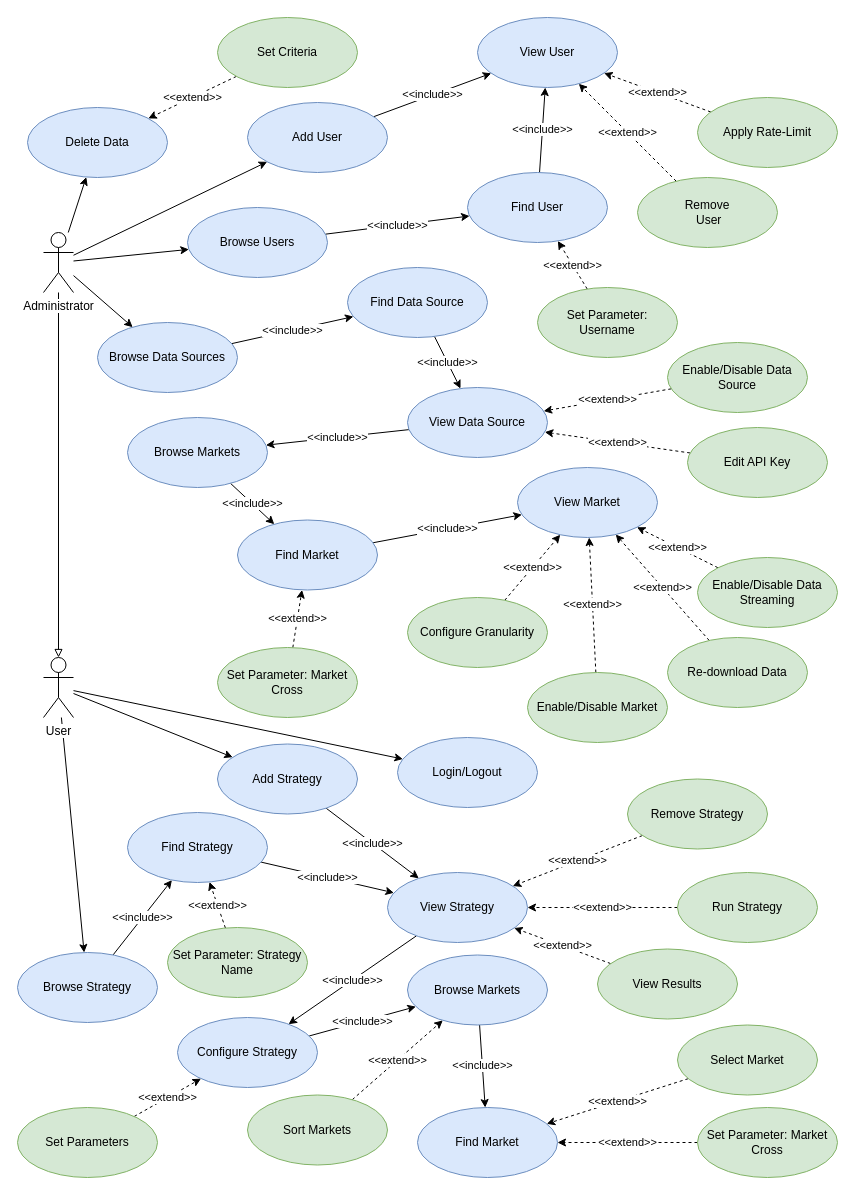
This is drawio/usecases.drawio from nferrante1/lsmsd2, a draw.io file, before an edit. Source tidied: cells renumbered, new cells numbered last; positions are measured from the earlier drawing's top-left corner, leaving out a move shared by most shapes. Both pictures are drawn from the tidied source at 100%, with x=0, y=0 at pixel (17, 17).
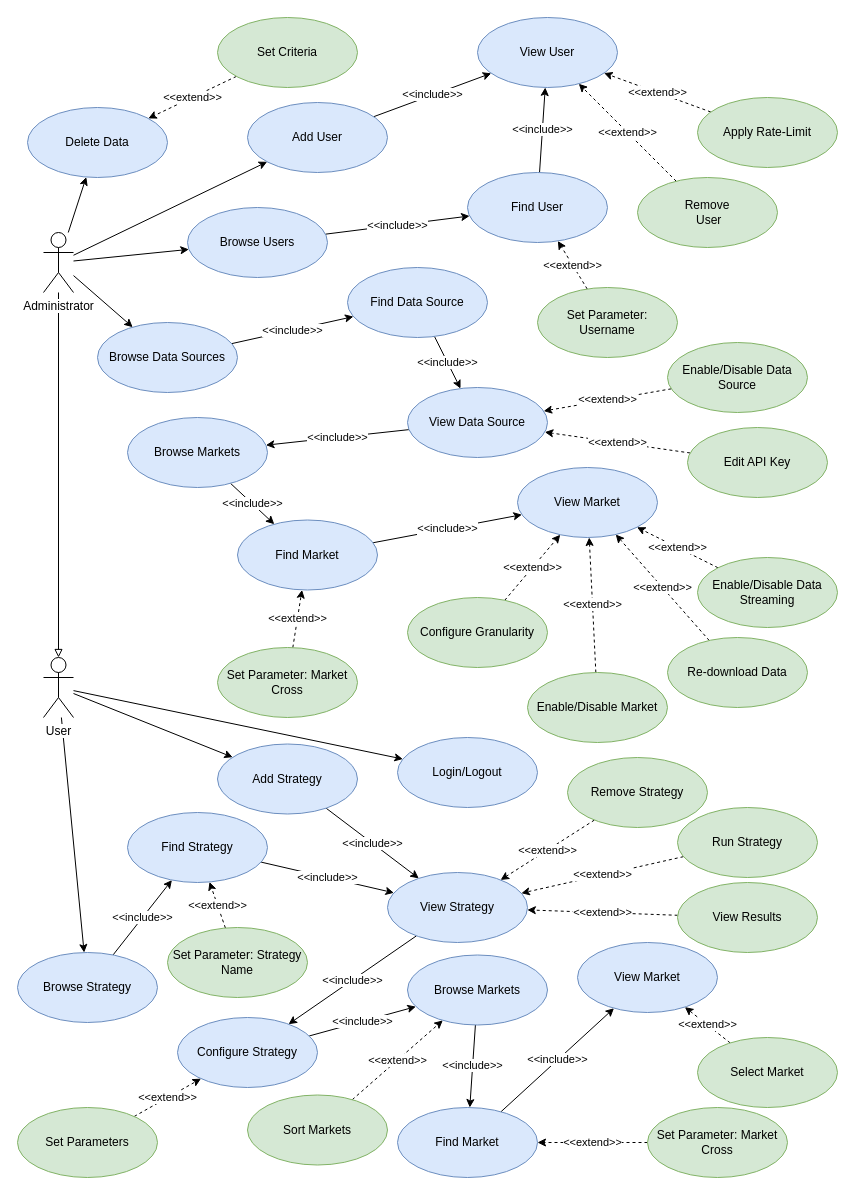
Above is the later version.

Commit message:
Add User:View Market use case

Change to the diagram source:
```diff
@@
     <mxCell id="65" value="Run Strategy" style="ellipse;whiteSpace=wrap;html=1;fillColor=#d5e8d4;strokeColor=#82b366;" parent="1" vertex="1">
-      <mxGeometry x="660" y="855" width="140" height="70" as="geometry" />
+      <mxGeometry x="660" y="790" width="140" height="70" as="geometry" />
     </mxCell>
@@
     <mxCell id="67" value="View Results" style="ellipse;whiteSpace=wrap;html=1;fillColor=#d5e8d4;strokeColor=#82b366;" parent="1" vertex="1">
-      <mxGeometry x="580" y="931.5" width="140" height="70" as="geometry" />
+      <mxGeometry x="660" y="865" width="140" height="70" as="geometry" />
     </mxCell>
@@
+    <mxCell id="83" value="&amp;lt;&amp;lt;include&amp;gt;&amp;gt;" style="edgeStyle=none;rounded=0;jettySize=auto;html=1;startArrow=none;startFill=0;" parent="1" edge="1" source="72" target="84">
+      <mxGeometry relative="1" as="geometry" />
+    </mxCell>
     <mxCell id="72" value="Find Market" style="ellipse;whiteSpace=wrap;html=1;fillColor=#dae8fc;strokeColor=#6c8ebf;" parent="1" vertex="1">
-      <mxGeometry x="400" y="1090" width="140" height="70" as="geometry" />
+      <mxGeometry x="380" y="1090" width="140" height="70" as="geometry" />
     </mxCell>
@@
     <mxCell id="74" value="Set Parameter: Market Cross" style="ellipse;whiteSpace=wrap;html=1;fillColor=#d5e8d4;strokeColor=#82b366;" parent="1" vertex="1">
-      <mxGeometry x="680" y="1090" width="140" height="70" as="geometry" />
+      <mxGeometry x="630" y="1090" width="140" height="70" as="geometry" />
     </mxCell>
@@
     <mxCell id="80" value="Remove Strategy" style="ellipse;whiteSpace=wrap;html=1;fillColor=#d5e8d4;strokeColor=#82b366;" parent="1" vertex="1">
-      <mxGeometry x="610" y="761.5" width="140" height="70" as="geometry" />
+      <mxGeometry x="550" y="740" width="140" height="70" as="geometry" />
     </mxCell>
-    <mxCell id="81" value="&amp;lt;&amp;lt;extend&amp;gt;&amp;gt;" style="edgeStyle=none;rounded=0;jettySize=auto;html=1;dashed=1;endArrow=classic;endFill=1;" parent="1" edge="1" source="82" target="72">
+    <mxCell id="81" value="&amp;lt;&amp;lt;extend&amp;gt;&amp;gt;" style="rounded=0;jettySize=auto;html=1;startArrow=none;startFill=0;dashed=1;" parent="1" edge="1" source="82" target="84">
       <mxGeometry relative="1" as="geometry" />
     </mxCell>
     <mxCell id="82" value="Select Market" style="ellipse;whiteSpace=wrap;html=1;fillColor=#d5e8d4;strokeColor=#82b366;" parent="1" vertex="1">
-      <mxGeometry x="660" y="1007.5" width="140" height="70" as="geometry" />
+      <mxGeometry x="680" y="1020" width="140" height="70" as="geometry" />
     </mxCell>
+    <mxCell id="84" value="View Market" style="ellipse;whiteSpace=wrap;html=1;fillColor=#dae8fc;strokeColor=#6c8ebf;" parent="1" vertex="1">
+      <mxGeometry x="560" y="925" width="140" height="70" as="geometry" />
+    </mxCell>
```
